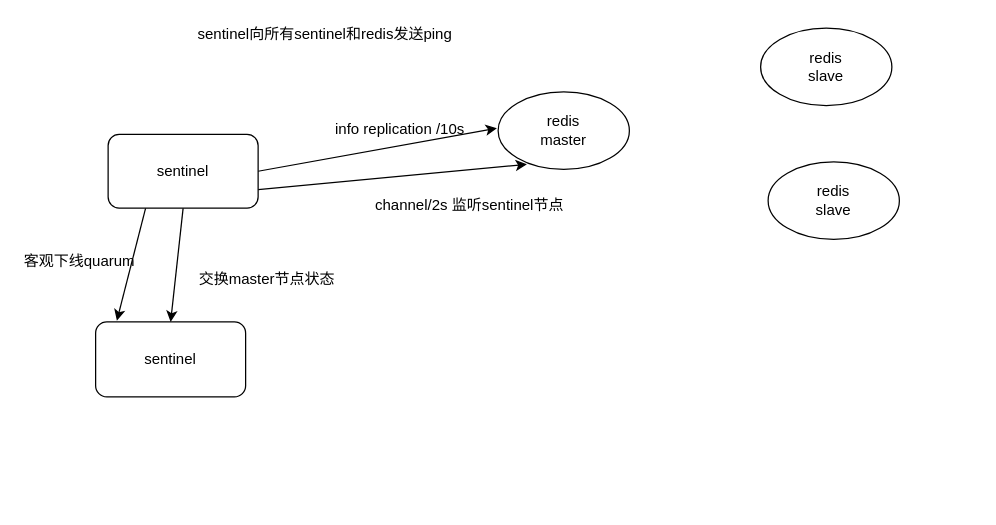
This is redis.drawio from MihirrajDixit/drawio, a draw.io file, before an edit. Source tidied: cells renumbered, new cells numbered last; positions are measured from the earlier drawing's top-left corner, leaving out a move shared by most shapes. Both pictures are drawn from the tidied source at 125%, with x=0, y=0 at pixel (21, 21).
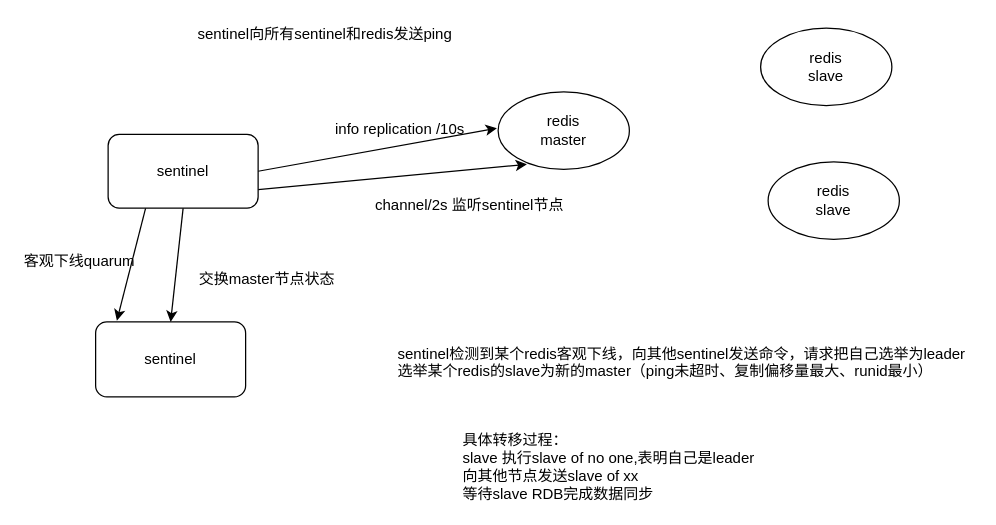
The same page after the edit.

Change to the diagram source:
```diff
@@
 <mxGraphModel>
   <root>
     <mxCell id="0" />
     <mxCell id="1" parent="0" />
     <mxCell id="2" style="edgeStyle=none;rounded=0;jettySize=auto;html=1;exitX=1;exitY=0.5;exitDx=0;exitDy=0;" parent="1" edge="1" source="6">
       <mxGeometry relative="1" as="geometry">
         <mxPoint x="380" y="85" as="targetPoint" />
       </mxGeometry>
     </mxCell>
     <mxCell id="3" style="edgeStyle=none;rounded=0;jettySize=auto;html=1;exitX=1;exitY=0.75;exitDx=0;exitDy=0;entryX=0.219;entryY=0.935;entryDx=0;entryDy=0;entryPerimeter=0;" parent="1" edge="1" source="6" target="7">
       <mxGeometry relative="1" as="geometry" />
     </mxCell>
     <mxCell id="4" style="edgeStyle=none;rounded=0;jettySize=auto;html=1;exitX=0.5;exitY=1;exitDx=0;exitDy=0;entryX=0.5;entryY=0;entryDx=0;entryDy=0;" parent="1" edge="1" source="6" target="11">
       <mxGeometry relative="1" as="geometry" />
     </mxCell>
     <mxCell id="5" style="edgeStyle=none;rounded=0;jettySize=auto;html=1;exitX=0.25;exitY=1;exitDx=0;exitDy=0;" parent="1" edge="1" source="6">
       <mxGeometry relative="1" as="geometry">
         <mxPoint x="76" y="239" as="targetPoint" />
       </mxGeometry>
     </mxCell>
     <mxCell id="6" value="sentinel" style="rounded=1;whiteSpace=wrap;html=1;" parent="1" vertex="1">
       <mxGeometry x="69" y="90" width="120" height="59" as="geometry" />
     </mxCell>
     <mxCell id="7" value="redis&lt;br&gt;master" style="ellipse;whiteSpace=wrap;html=1;" parent="1" vertex="1">
       <mxGeometry x="381" y="56" width="105" height="62" as="geometry" />
     </mxCell>
     <mxCell id="8" value="redis&lt;br&gt;slave" style="ellipse;whiteSpace=wrap;html=1;" parent="1" vertex="1">
       <mxGeometry x="591" y="5" width="105" height="62" as="geometry" />
     </mxCell>
     <mxCell id="9" value="redis&lt;br&gt;slave" style="ellipse;whiteSpace=wrap;html=1;" parent="1" vertex="1">
       <mxGeometry x="597" y="112" width="105" height="62" as="geometry" />
     </mxCell>
     <mxCell id="10" value="info replication /10s" style="text;html=1;align=left;verticalAlign=top;spacingTop=-4;" parent="1" vertex="1">
       <mxGeometry x="249" y="76" width="113" height="14" as="geometry" />
     </mxCell>
     <mxCell id="11" value="sentinel" style="rounded=1;whiteSpace=wrap;html=1;" parent="1" vertex="1">
       <mxGeometry x="59" y="240" width="120" height="60" as="geometry" />
     </mxCell>
     <mxCell id="12" value="channel/2s 监听sentinel节点" style="text;html=1;align=left;verticalAlign=top;spacingTop=-4;" parent="1" vertex="1">
       <mxGeometry x="281" y="137" width="161" height="14" as="geometry" />
     </mxCell>
     <mxCell id="13" value="交换master节点状态" style="text;html=1;align=left;verticalAlign=top;spacingTop=-4;" parent="1" vertex="1">
       <mxGeometry x="140" y="196" width="119" height="14" as="geometry" />
     </mxCell>
     <mxCell id="14" value="sentinel向所有sentinel和redis发送ping" style="text;html=1;align=left;verticalAlign=top;spacingTop=-4;" parent="1" vertex="1">
       <mxGeometry x="139" width="213" height="14" as="geometry" />
     </mxCell>
     <mxCell id="15" value="客观下线quarum" style="text;html=1;align=left;verticalAlign=top;spacingTop=-4;" parent="1" vertex="1">
       <mxGeometry y="182" width="99" height="14" as="geometry" />
     </mxCell>
+    <mxCell id="16" value="sentinel检测到某个redis客观下线，向其他sentinel发送命令，请求把自己选举为leader&lt;br&gt;选举某个redis的slave为新的master（ping未超时、复制偏移量最大、runid最小）" style="text;html=1;align=left;verticalAlign=top;spacingTop=-4;" parent="1" vertex="1">
+      <mxGeometry x="299" y="256" width="464" height="28" as="geometry" />
+    </mxCell>
+    <mxCell id="17" value="具体转移过程：&lt;br&gt;slave 执行slave of no one,表明自己是leader&lt;br&gt;向其他节点发送slave of xx&lt;br&gt;等待slave RDB完成数据同步" style="text;html=1;align=left;verticalAlign=top;spacingTop=-4;" parent="1" vertex="1">
+      <mxGeometry x="351" y="325" width="243" height="56" as="geometry" />
+    </mxCell>
   </root>
 </mxGraphModel>
```
